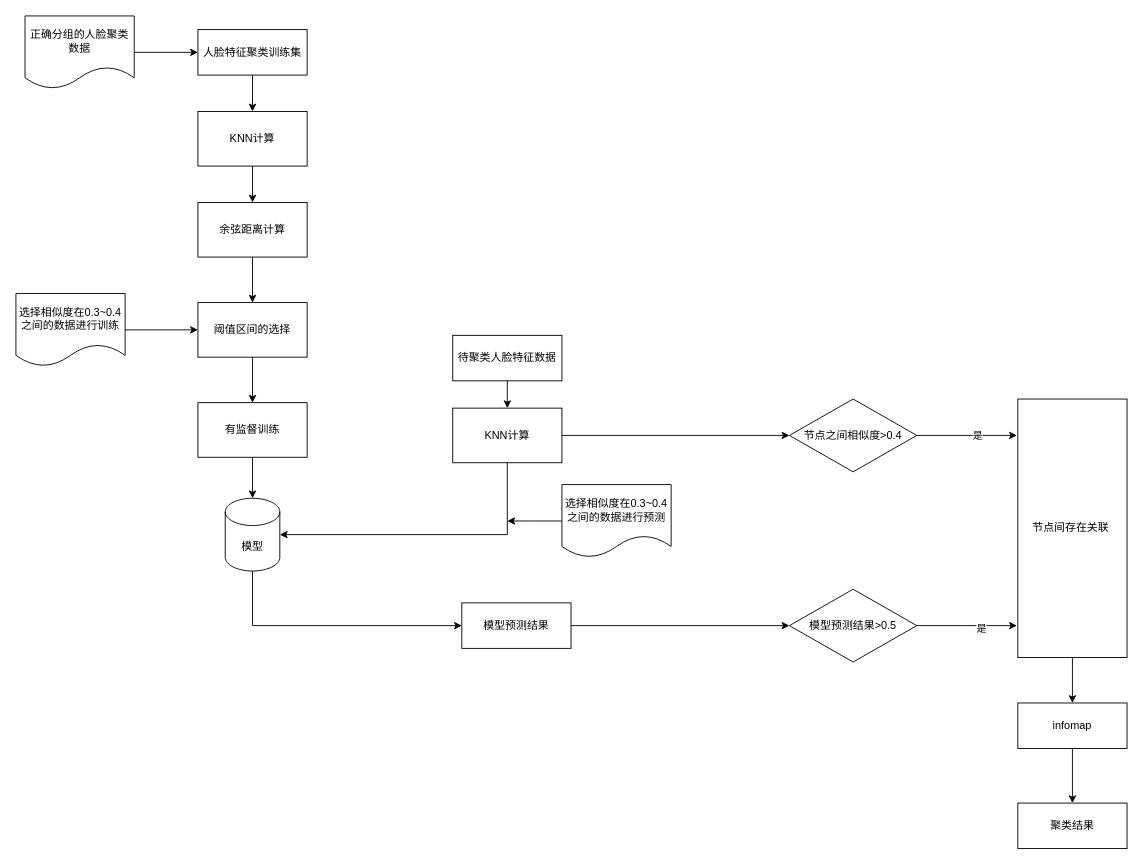
This is FC-ES聚档.drawio from xiazi-yu/triton-server-read, a draw.io file, before an edit. Source tidied: cells renumbered, new cells numbered last; positions are measured from the earlier drawing's top-left corner, leaving out a move shared by most shapes. Both pictures are drawn from the tidied source at 91%, with x=0, y=0 at pixel (15, 15).
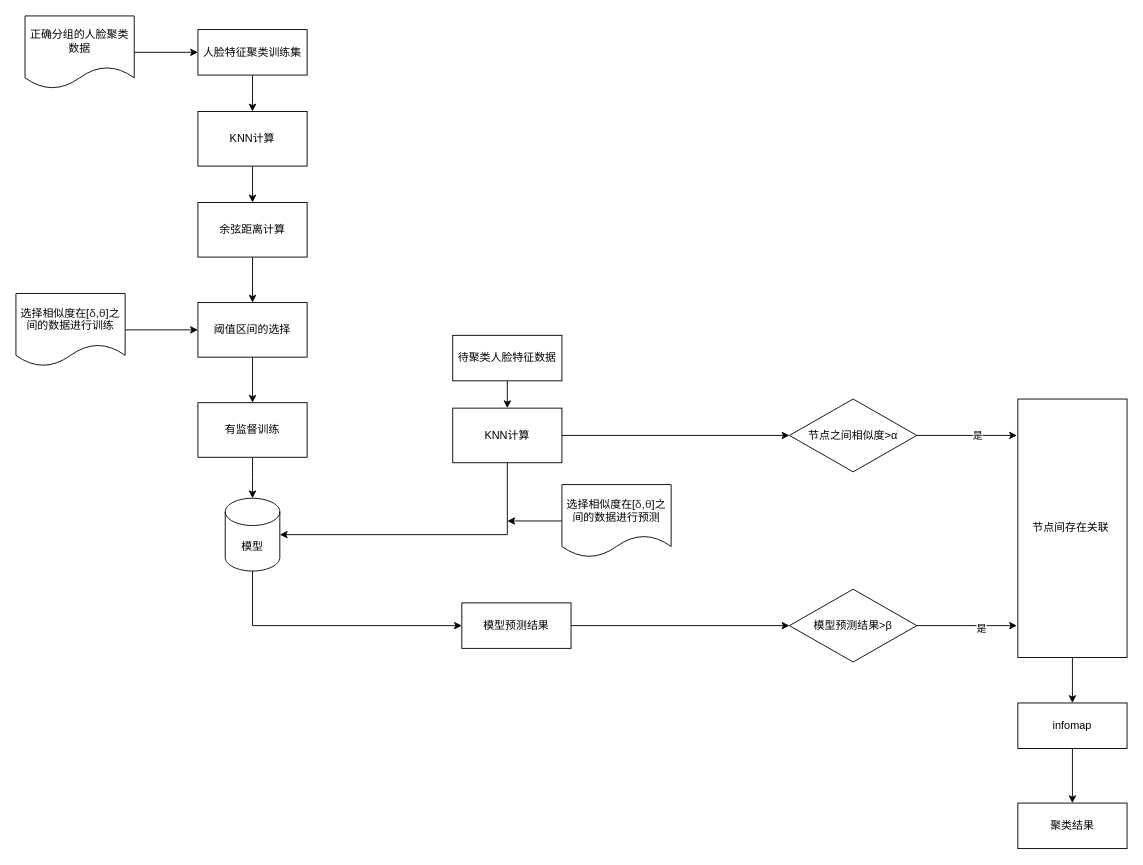
The same page after the edit.

The edit, as a diff of the source:
```diff
@@
-    <mxCell id="13" value="选择相似度在0.3~0.4之间的数据进行训练" style="shape=document;whiteSpace=wrap;html=1;boundedLbl=1;" parent="1" vertex="1">
+    <mxCell id="13" value="选择相似度在[&lt;span style=&quot;color: rgb(51, 51, 51); font-family: Arial, sans-serif; font-size: 13px; text-align: start; background-color: rgb(255, 255, 255);&quot;&gt;δ,&lt;/span&gt;&lt;span style=&quot;color: rgb(51, 51, 51); font-family: Arial, sans-serif; font-size: 13px; text-align: start; background-color: rgb(255, 255, 255);&quot;&gt;θ&lt;/span&gt;]之间的数据进行训练" style="shape=document;whiteSpace=wrap;html=1;boundedLbl=1;" parent="1" vertex="1">
       <mxGeometry y="305" width="120" height="80" as="geometry" />
     </mxCell>
@@
-    <mxCell id="24" value="选择相似度在0.3~0.4之间的数据进行预测" style="shape=document;whiteSpace=wrap;html=1;boundedLbl=1;" parent="1" vertex="1">
+    <mxCell id="24" value="选择相似度在[&lt;span style=&quot;color: rgb(51, 51, 51); font-family: Arial, sans-serif; font-size: 13px; text-align: start; background-color: rgb(255, 255, 255);&quot;&gt;δ,&lt;/span&gt;&lt;span style=&quot;color: rgb(51, 51, 51); font-family: Arial, sans-serif; font-size: 13px; text-align: start; background-color: rgb(255, 255, 255);&quot;&gt;θ&lt;/span&gt;]&lt;span style=&quot;background-color: transparent; color: light-dark(rgb(0, 0, 0), rgb(255, 255, 255));&quot;&gt;之间的数据进行预测&lt;/span&gt;" style="shape=document;whiteSpace=wrap;html=1;boundedLbl=1;" parent="1" vertex="1">
       <mxGeometry x="600" y="515" width="120" height="80" as="geometry" />
     </mxCell>
@@
-    <mxCell id="29" value="节点之间相似度&amp;gt;0.4" style="rhombus;whiteSpace=wrap;html=1;" parent="1" vertex="1">
+    <mxCell id="29" value="节点之间相似度&amp;gt;α" style="rhombus;whiteSpace=wrap;html=1;" parent="1" vertex="1">
       <mxGeometry x="850" y="421" width="140" height="80" as="geometry" />
     </mxCell>
@@
-    <mxCell id="32" value="模型预测结果&amp;gt;0.5" style="rhombus;whiteSpace=wrap;html=1;" parent="1" vertex="1">
+    <mxCell id="32" value="模型预测结果&amp;gt;β" style="rhombus;whiteSpace=wrap;html=1;" parent="1" vertex="1">
       <mxGeometry x="850" y="630" width="140" height="80" as="geometry" />
     </mxCell>
```
